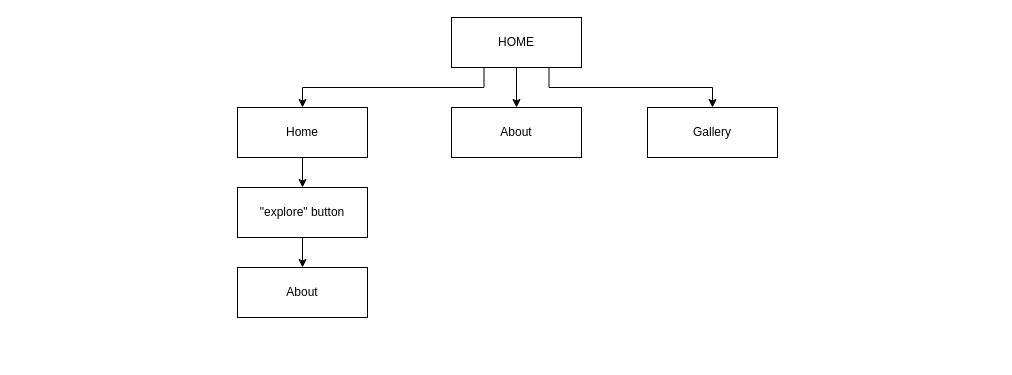
The draw.io diagram sitemap/sitemap.drawio in handeedaoz/WDD_GroupQ, before the edit. Source tidied: cells renumbered, new cells numbered last; positions are measured from the earlier drawing's top-left corner, leaving out a move shared by most shapes. Both pictures are drawn from the tidied source at 100%, with x=0, y=0 at pixel (237, 17).
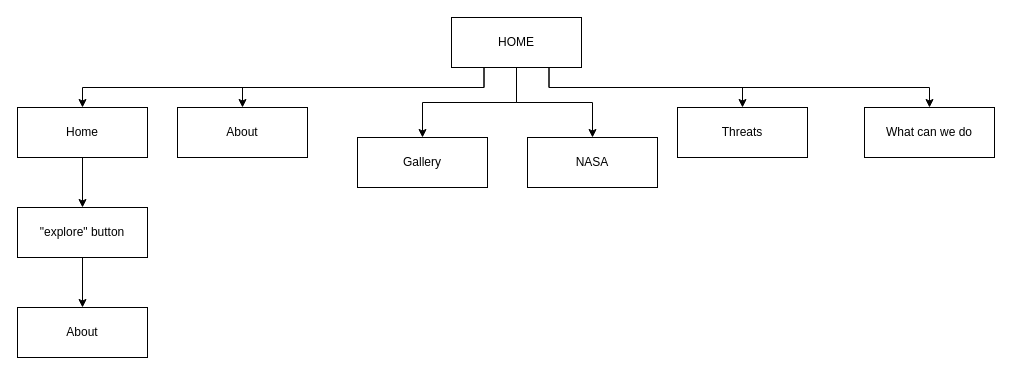
Above is the later version.

Commit message (it also covers changes not shown here):
updating wireframes/sitemap-checkpointMS

Diff of the diagram source:
```diff
@@
 <mxGraphModel>
   <root>
     <mxCell id="0" />
     <mxCell id="1" parent="0" />
+    <mxCell id="3" style="edgeStyle=orthogonalEdgeStyle;rounded=0;jettySize=auto;html=1;exitX=0.25;exitY=1;exitDx=0;exitDy=0;entryX=0.5;entryY=0;entryDx=0;entryDy=0;" parent="1" edge="1" source="5" target="7">
+      <mxGeometry relative="1" as="geometry" />
+    </mxCell>
-    <mxCell id="2" style="edgeStyle=orthogonalEdgeStyle;rounded=0;jettySize=auto;html=1;exitX=0.5;exitY=1;exitDx=0;exitDy=0;entryX=0.5;entryY=0;entryDx=0;entryDy=0;" parent="1" edge="1" source="5" target="8">
+    <mxCell id="2" style="edgeStyle=orthogonalEdgeStyle;rounded=0;jettySize=auto;html=1;exitX=0.25;exitY=1;exitDx=0;exitDy=0;entryX=0.5;entryY=0;entryDx=0;entryDy=0;" parent="1" edge="1" source="5" target="8">
       <mxGeometry relative="1" as="geometry" />
     </mxCell>
-    <mxCell id="3" style="edgeStyle=orthogonalEdgeStyle;rounded=0;jettySize=auto;html=1;exitX=0.25;exitY=1;exitDx=0;exitDy=0;entryX=0.5;entryY=0;entryDx=0;entryDy=0;" parent="1" edge="1" source="5" target="7">
-      <mxGeometry relative="1" as="geometry" />
-    </mxCell>
-    <mxCell id="4" style="edgeStyle=orthogonalEdgeStyle;rounded=0;jettySize=auto;html=1;exitX=0.75;exitY=1;exitDx=0;exitDy=0;" parent="1" edge="1" source="5" target="9">
+    <mxCell id="4" style="edgeStyle=orthogonalEdgeStyle;rounded=0;jettySize=auto;html=1;exitX=0.5;exitY=1;exitDx=0;exitDy=0;entryX=0.5;entryY=0;entryDx=0;entryDy=0;" parent="1" edge="1" source="5" target="9">
       <mxGeometry relative="1" as="geometry" />
     </mxCell>
+    <mxCell id="13" style="edgeStyle=orthogonalEdgeStyle;rounded=0;jettySize=auto;html=1;exitX=0.75;exitY=1;exitDx=0;exitDy=0;entryX=0.5;entryY=0;entryDx=0;entryDy=0;" parent="1" edge="1" source="5" target="18">
+      <mxGeometry relative="1" as="geometry" />
+    </mxCell>
+    <mxCell id="14" style="edgeStyle=orthogonalEdgeStyle;rounded=0;jettySize=auto;html=1;exitX=0.75;exitY=1;exitDx=0;exitDy=0;" parent="1" edge="1" source="5" target="16">
+      <mxGeometry relative="1" as="geometry" />
+    </mxCell>
+    <mxCell id="15" style="edgeStyle=orthogonalEdgeStyle;rounded=0;jettySize=auto;html=1;exitX=0.5;exitY=1;exitDx=0;exitDy=0;entryX=0.5;entryY=0;entryDx=0;entryDy=0;" parent="1" edge="1" source="5" target="17">
+      <mxGeometry relative="1" as="geometry" />
+    </mxCell>
     <mxCell id="5" value="HOME" style="rounded=0;whiteSpace=wrap;html=1;" parent="1" vertex="1">
       <mxGeometry x="214" width="130" height="50" as="geometry" />
     </mxCell>
     <mxCell id="6" style="edgeStyle=orthogonalEdgeStyle;rounded=0;jettySize=auto;html=1;exitX=0.5;exitY=1;exitDx=0;exitDy=0;entryX=0.5;entryY=0;entryDx=0;entryDy=0;" parent="1" edge="1" source="7" target="11">
       <mxGeometry relative="1" as="geometry" />
     </mxCell>
     <mxCell id="7" value="Home" style="rounded=0;whiteSpace=wrap;html=1;" parent="1" vertex="1">
-      <mxGeometry y="90" width="130" height="50" as="geometry" />
+      <mxGeometry x="-220" y="90" width="130" height="50" as="geometry" />
     </mxCell>
     <mxCell id="8" value="About" style="rounded=0;whiteSpace=wrap;html=1;" parent="1" vertex="1">
-      <mxGeometry x="214" y="90" width="130" height="50" as="geometry" />
+      <mxGeometry x="-60" y="90" width="130" height="50" as="geometry" />
     </mxCell>
     <mxCell id="9" value="Gallery" style="rounded=0;whiteSpace=wrap;html=1;" parent="1" vertex="1">
-      <mxGeometry x="410" y="90" width="130" height="50" as="geometry" />
+      <mxGeometry x="120" y="120" width="130" height="50" as="geometry" />
     </mxCell>
     <mxCell id="10" style="edgeStyle=orthogonalEdgeStyle;rounded=0;jettySize=auto;html=1;exitX=0.5;exitY=1;exitDx=0;exitDy=0;entryX=0.5;entryY=0;entryDx=0;entryDy=0;" parent="1" edge="1" source="11" target="12">
       <mxGeometry relative="1" as="geometry" />
     </mxCell>
     <mxCell id="11" value="&quot;explore&quot; button" style="rounded=0;whiteSpace=wrap;html=1;" parent="1" vertex="1">
-      <mxGeometry y="170" width="130" height="50" as="geometry" />
+      <mxGeometry x="-220" y="190" width="130" height="50" as="geometry" />
     </mxCell>
     <mxCell id="12" value="About" style="rounded=0;whiteSpace=wrap;html=1;" parent="1" vertex="1">
-      <mxGeometry y="250" width="130" height="50" as="geometry" />
+      <mxGeometry x="-220" y="290" width="130" height="50" as="geometry" />
     </mxCell>
+    <mxCell id="16" value="What can we do" style="rounded=0;whiteSpace=wrap;html=1;" parent="1" vertex="1">
+      <mxGeometry x="627" y="90" width="130" height="50" as="geometry" />
+    </mxCell>
+    <mxCell id="17" value="NASA" style="rounded=0;whiteSpace=wrap;html=1;" parent="1" vertex="1">
+      <mxGeometry x="290" y="120" width="130" height="50" as="geometry" />
+    </mxCell>
+    <mxCell id="18" value="Threats" style="rounded=0;whiteSpace=wrap;html=1;" parent="1" vertex="1">
+      <mxGeometry x="440" y="90" width="130" height="50" as="geometry" />
+    </mxCell>
   </root>
 </mxGraphModel>
```
